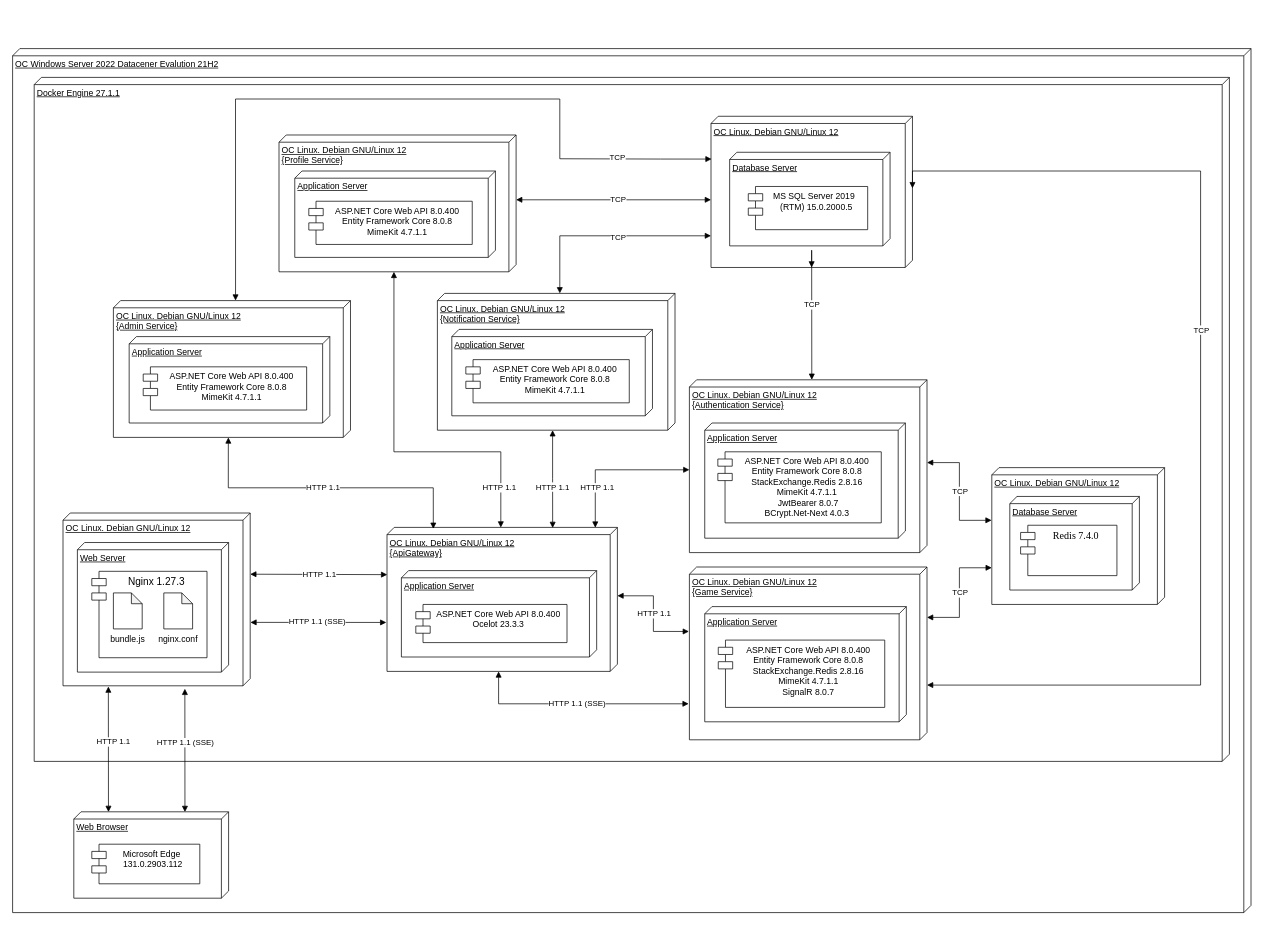
Above: page "Page-1" (1 of 2) of !GP_Documentation/DIAGRAMS/Architecture-Page_v0.drawio in pome1lo/Bellini (draw.io), before the change. Source tidied: cells renumbered, new cells numbered last; positions are measured from the earlier drawing's top-left corner, leaving out a move shared by most shapes. Both pictures are drawn from the tidied source at 72%, with x=0, y=0 at pixel (12, 48).
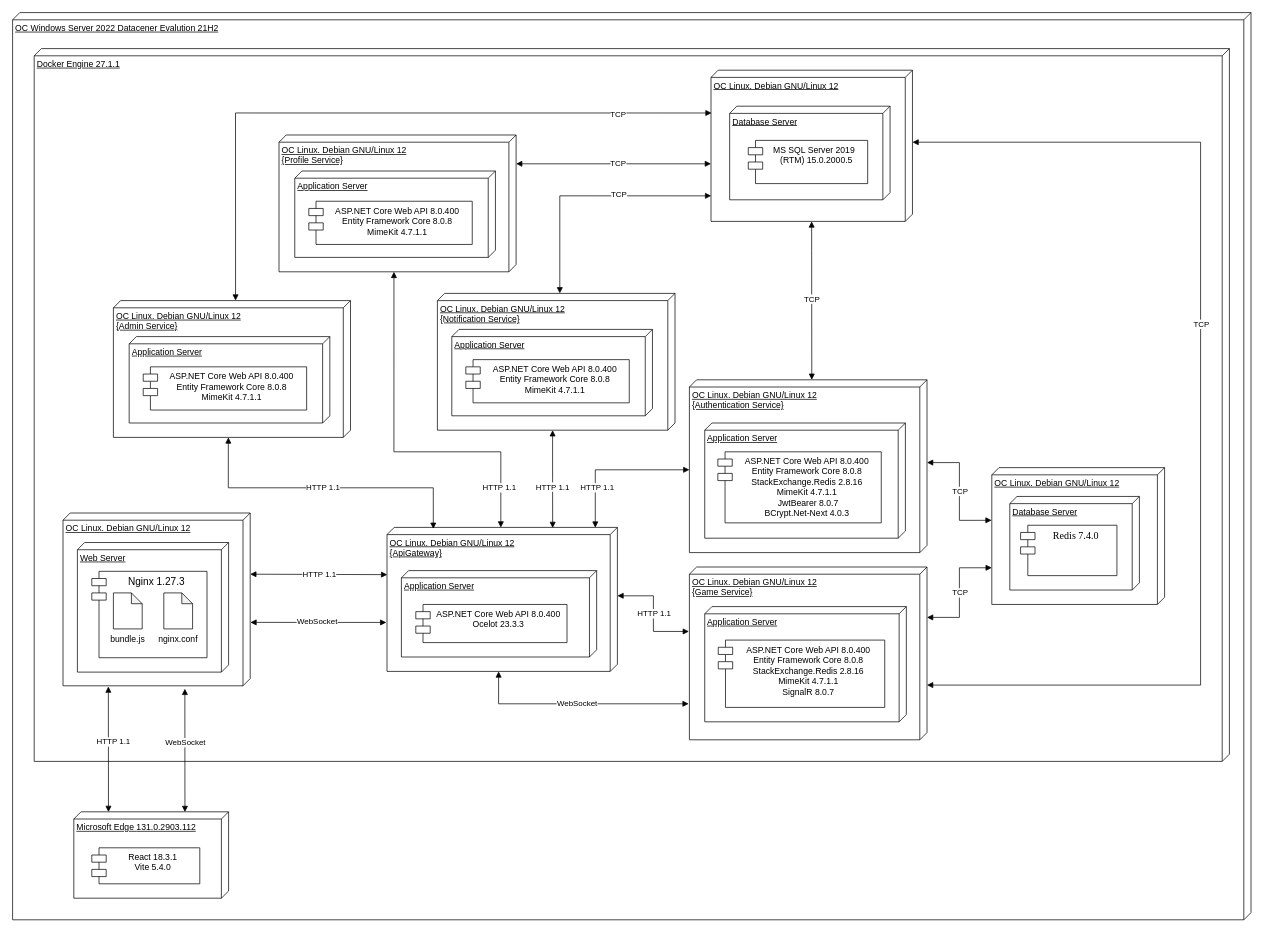
The same diagram, later.

Unchanged cells that the change refers to:
```xml
<mxCell id="5" style="endArrow=block;html=1;rounded=0;startArrow=block;startFill=1;endFill=1;entryX=0.003;entryY=0.282;entryDx=0;entryDy=0;entryPerimeter=0;exitX=1.017;exitY=0.349;exitDx=0;exitDy=0;exitPerimeter=0;" parent="1" edge="1" source="4" target="71">
  <mxGeometry relative="1" as="geometry" />
</mxCell>
<mxCell id="12" style="endArrow=block;html=1;rounded=0;entryX=0.66;entryY=1.003;entryDx=0;entryDy=0;entryPerimeter=0;startArrow=block;startFill=1;endFill=1;exitX=0.633;exitY=-0.001;exitDx=0;exitDy=0;exitPerimeter=0;" parent="1" edge="1" source="4" target="9">
  <mxGeometry relative="1" as="geometry" />
</mxCell>
<mxCell id="20" style="endArrow=block;html=1;rounded=0;startArrow=block;startFill=1;endFill=1;exitX=0;exitY=0;exitDx=200;exitDy=165;exitPerimeter=0;edgeStyle=orthogonalEdgeStyle;" parent="1" edge="1" source="9">
  <mxGeometry relative="1" as="geometry">
    <mxPoint x="939" y="910" as="targetPoint" />
    <Array as="points">
      <mxPoint x="675" y="910" />
    </Array>
  </mxGeometry>
</mxCell>
<mxCell id="31" value="ОС Linux. Debian GNU/Linux 12" style="verticalAlign=top;align=left;spacingTop=8;spacingLeft=2;spacingRight=12;shape=cube;size=10;direction=south;fontStyle=4;html=1;whiteSpace=wrap;" parent="30" vertex="1">
  <mxGeometry width="279.8" height="210" as="geometry" />
</mxCell>
<mxCell id="46" value="ОС Linux. Debian GNU/Linux 12&lt;div&gt;{Profile Service}&lt;/div&gt;" style="verticalAlign=top;align=left;spacingTop=8;spacingLeft=2;spacingRight=12;shape=cube;size=10;direction=south;fontStyle=4;html=1;whiteSpace=wrap;" parent="45" vertex="1">
  <mxGeometry y="40" width="329.3" height="190" as="geometry" />
</mxCell>
<mxCell id="74" value="&lt;div&gt;ОС Linux. Debian GNU/Linux 12&lt;/div&gt;&lt;div&gt;{Notification Service}&lt;/div&gt;" style="verticalAlign=top;align=left;spacingTop=8;spacingLeft=2;spacingRight=12;shape=cube;size=10;direction=south;fontStyle=4;html=1;whiteSpace=wrap;" parent="73" vertex="1">
  <mxGeometry width="330" height="190" as="geometry" />
</mxCell>
<mxCell id="78" value="ОС Linux. Debian GNU/Linux 12&lt;div&gt;{Admin Service}&lt;/div&gt;" style="verticalAlign=top;align=left;spacingTop=8;spacingLeft=2;spacingRight=12;shape=cube;size=10;direction=south;fontStyle=4;html=1;whiteSpace=wrap;" parent="77" vertex="1">
  <mxGeometry y="40" width="329.3" height="190" as="geometry" />
</mxCell>
```

What changed in the source:
```diff
@@
     <mxCell id="2" value="&lt;div&gt;OC Windows Server 2022 Datacener Evalution 21H2&lt;/div&gt;" style="verticalAlign=top;align=left;spacingTop=8;spacingLeft=2;spacingRight=12;shape=cube;size=10;direction=south;fontStyle=4;html=1;whiteSpace=wrap;" parent="1" vertex="1">
-      <mxGeometry width="1720" height="1200" as="geometry" />
+      <mxGeometry y="-50" width="1720" height="1260" as="geometry" />
     </mxCell>
     <mxCell id="3" value="&lt;div&gt;Docker Engine 27.1.1&lt;/div&gt;" style="verticalAlign=top;align=left;spacingTop=8;spacingLeft=2;spacingRight=12;shape=cube;size=10;direction=south;fontStyle=4;html=1;whiteSpace=wrap;" parent="1" vertex="1">
-      <mxGeometry x="30" y="40" width="1660" height="950" as="geometry" />
+      <mxGeometry x="30" width="1660" height="990" as="geometry" />
     </mxCell>
@@
-    <mxCell id="6" value="&lt;div&gt;HTTP 1.1 (SSE)&lt;/div&gt;" style="edgeLabel;html=1;align=center;verticalAlign=middle;" parent="5" vertex="1">
+    <mxCell id="6" value="&lt;div&gt;WebSocket&lt;/div&gt;" style="edgeLabel;html=1;align=center;verticalAlign=middle;" parent="5" vertex="1">
       <mxGeometry relative="1" as="geometry">
         <mxPoint y="-12" as="offset" />
       </mxGeometry>
     </mxCell>
@@
-    <mxCell id="13" value="&lt;div&gt;HTTP 1.1 (SSE)&lt;/div&gt;" style="edgeLabel;html=1;align=center;verticalAlign=middle;" parent="12" vertex="1">
+    <mxCell id="13" value="WebSocket" style="edgeLabel;html=1;align=center;verticalAlign=middle;" parent="12" vertex="1">
       <mxGeometry relative="1" as="geometry">
         <mxPoint x="-2" y="-2" as="offset" />
       </mxGeometry>
     </mxCell>
@@
-    <mxCell id="21" value="&lt;div&gt;HTTP 1.1 (SSE)&lt;/div&gt;" style="edgeLabel;html=1;align=center;verticalAlign=middle;" parent="20" vertex="1">
+    <mxCell id="21" value="WebSocket" style="edgeLabel;html=1;align=center;verticalAlign=middle;" parent="20" vertex="1">
       <mxGeometry relative="1" as="geometry">
         <mxPoint x="-2" y="-2" as="offset" />
       </mxGeometry>
     </mxCell>
@@
     <mxCell id="30" style="group;" parent="1" vertex="1">
-      <mxGeometry x="970" y="94" width="321.3" height="210" as="geometry" />
+      <mxGeometry x="970" y="30" width="321.3" height="210" as="geometry" />
     </mxCell>
@@
-    <mxCell id="49" style="endArrow=block;html=1;rounded=0;startArrow=block;startFill=1;endFill=1;entryX=0;entryY=0;entryDx=90;entryDy=0;entryPerimeter=0;edgeStyle=orthogonalEdgeStyle;" parent="1" edge="1" target="46">
+    <mxCell id="49" style="endArrow=block;html=1;rounded=0;startArrow=block;startFill=1;endFill=1;entryX=0;entryY=0;entryDx=90;entryDy=0;entryPerimeter=0;edgeStyle=orthogonalEdgeStyle;" parent="1" edge="1">
       <mxGeometry relative="1" as="geometry">
-        <mxPoint x="970" y="210" as="sourcePoint" />
+        <mxPoint x="970" y="160" as="sourcePoint" />
+        <mxPoint x="699.3" y="160" as="targetPoint" />
         <Array as="points">
-          <mxPoint x="970" y="210" />
+          <mxPoint x="970" y="160" />
         </Array>
       </mxGeometry>
     </mxCell>
@@
     <mxCell id="55" style="endArrow=block;html=1;rounded=0;startArrow=block;startFill=1;endFill=1;edgeStyle=orthogonalEdgeStyle;exitX=0;exitY=0;exitDx=100;exitDy=0;exitPerimeter=0;" parent="1" edge="1" source="31">
       <mxGeometry relative="1" as="geometry">
         <mxPoint x="1270" y="884" as="targetPoint" />
         <Array as="points">
-          <mxPoint x="1650" y="170" />
+          <mxPoint x="1650" y="130" />
           <mxPoint x="1650" y="884" />
         </Array>
       </mxGeometry>
     </mxCell>
@@
-    <mxCell id="59" style="edgeStyle=orthogonalEdgeStyle;rounded=0;jettySize=auto;html=1;endArrow=block;endFill=1;startArrow=block;startFill=1;exitX=0;exitY=0;exitDx=0;exitDy=160;exitPerimeter=0;" parent="1" edge="1" source="74">
+    <mxCell id="59" style="edgeStyle=orthogonalEdgeStyle;rounded=0;jettySize=auto;html=1;endArrow=block;endFill=1;startArrow=block;startFill=1;exitX=0;exitY=0;exitDx=0;exitDy=160;exitPerimeter=0;entryX=0.831;entryY=0.999;entryDx=0;entryDy=0;entryPerimeter=0;" parent="1" edge="1" source="74" target="31">
       <mxGeometry relative="1" as="geometry">
-        <mxPoint x="970" y="260" as="targetPoint" />
         <Array as="points">
-          <mxPoint x="760" y="260" />
+          <mxPoint x="760" y="205" />
         </Array>
       </mxGeometry>
     </mxCell>
     <mxCell id="60" value="TCP" style="edgeLabel;html=1;align=center;verticalAlign=middle;" parent="59" vertex="1">
       <mxGeometry x="0.05" y="2" relative="1" as="geometry">
-        <mxPoint x="8" y="3" as="offset" />
+        <mxPoint x="35" as="offset" />
       </mxGeometry>
     </mxCell>
@@
     <mxCell id="70" style="group;" parent="1" vertex="1">
-      <mxGeometry x="85" y="1060" width="215" height="120" as="geometry" />
+      <mxGeometry x="85" y="1060" width="215" height="160" as="geometry" />
     </mxCell>
-    <mxCell id="71" value="&lt;div&gt;Web Browser&lt;/div&gt;" style="verticalAlign=top;align=left;spacingTop=8;spacingLeft=2;spacingRight=12;shape=cube;size=10;direction=south;fontStyle=4;html=1;whiteSpace=wrap;" parent="70" vertex="1">
+    <mxCell id="71" value="&lt;div style=&quot;text-align: center;&quot;&gt;Microsoft Edge&amp;nbsp;&lt;span style=&quot;background-color: transparent; color: light-dark(rgb(0, 0, 0), rgb(255, 255, 255));&quot;&gt;131.0.2903.112&lt;/span&gt;&lt;/div&gt;" style="verticalAlign=top;align=left;spacingTop=8;spacingLeft=2;spacingRight=12;shape=cube;size=10;direction=south;fontStyle=4;html=1;whiteSpace=wrap;" parent="70" vertex="1">
       <mxGeometry width="215" height="120" as="geometry" />
     </mxCell>
-    <mxCell id="72" value="&lt;div&gt;Microsoft Edge&amp;nbsp;&lt;/div&gt;&lt;div&gt;131.0.2903.112&lt;/div&gt;" style="shape=module;align=left;spacingLeft=20;align=center;verticalAlign=top;whiteSpace=wrap;html=1;" parent="70" vertex="1">
-      <mxGeometry x="25" y="45" width="150" height="55" as="geometry" />
+    <mxCell id="72" value="React 18.3.1&lt;div&gt;Vite 5.4.0&lt;/div&gt;" style="shape=module;align=left;spacingLeft=20;align=center;verticalAlign=top;whiteSpace=wrap;html=1;" parent="70" vertex="1">
+      <mxGeometry x="25" y="50" width="150" height="50" as="geometry" />
     </mxCell>
@@
     <mxCell id="81" style="endArrow=block;html=1;rounded=0;exitX=0.283;exitY=0.997;exitDx=0;exitDy=0;exitPerimeter=0;startArrow=block;startFill=1;endFill=1;edgeStyle=orthogonalEdgeStyle;entryX=0;entryY=0;entryDx=0;entryDy=159.655;entryPerimeter=0;" parent="1" edge="1" source="31" target="78">
       <mxGeometry relative="1" as="geometry">
         <Array as="points">
-          <mxPoint x="900" y="153" />
-          <mxPoint x="760" y="153" />
-          <mxPoint x="760" y="70" />
-          <mxPoint x="310" y="70" />
+          <mxPoint x="310" y="90" />
         </Array>
       </mxGeometry>
     </mxCell>
     <mxCell id="82" value="TCP" style="edgeLabel;html=1;align=center;verticalAlign=middle;" parent="81" vertex="1">
       <mxGeometry relative="1" as="geometry">
-        <mxPoint x="298" y="80" as="offset" />
+        <mxPoint x="331" y="1" as="offset" />
       </mxGeometry>
     </mxCell>
```
